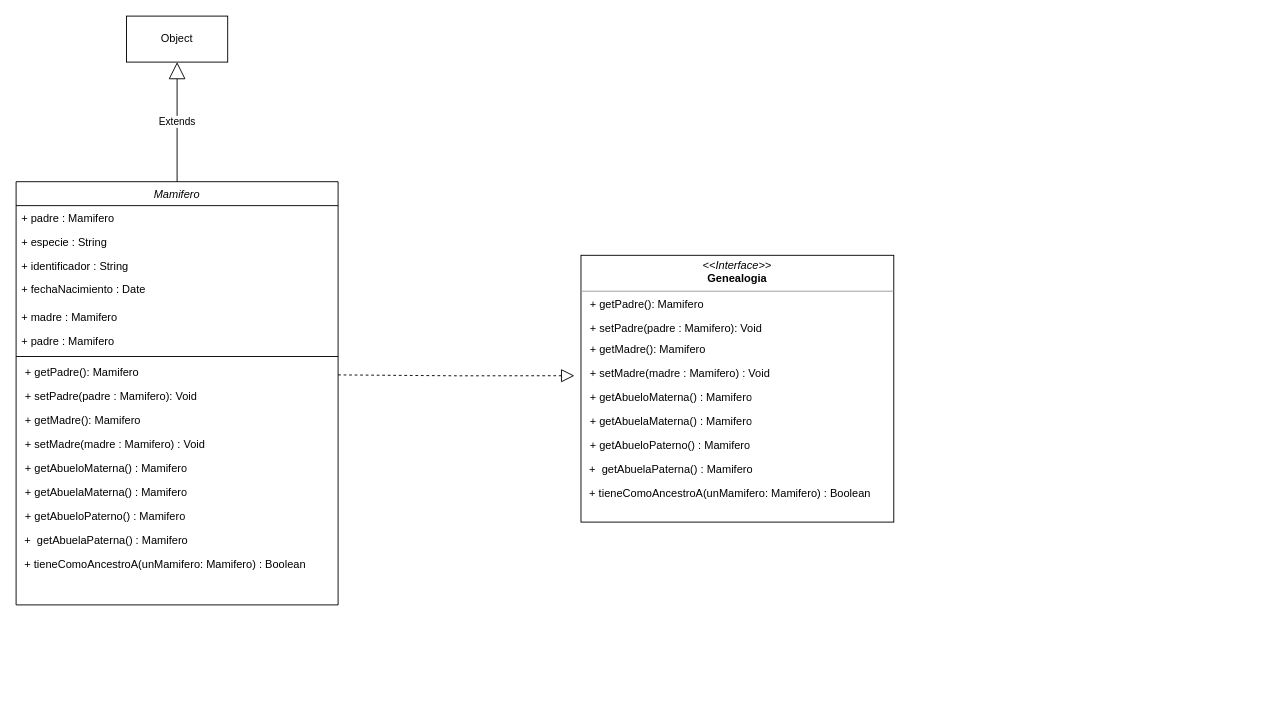
The draw.io diagram ejercicio5/Untitled Diagram.drawio in daniNKV/OO-unlp, before the edit. Source tidied: cells renumbered, new cells numbered last; positions are measured from the earlier drawing's top-left corner, leaving out a move shared by most shapes. Both pictures are drawn from the tidied source at 92%, with x=0, y=0 at pixel (16, 16).
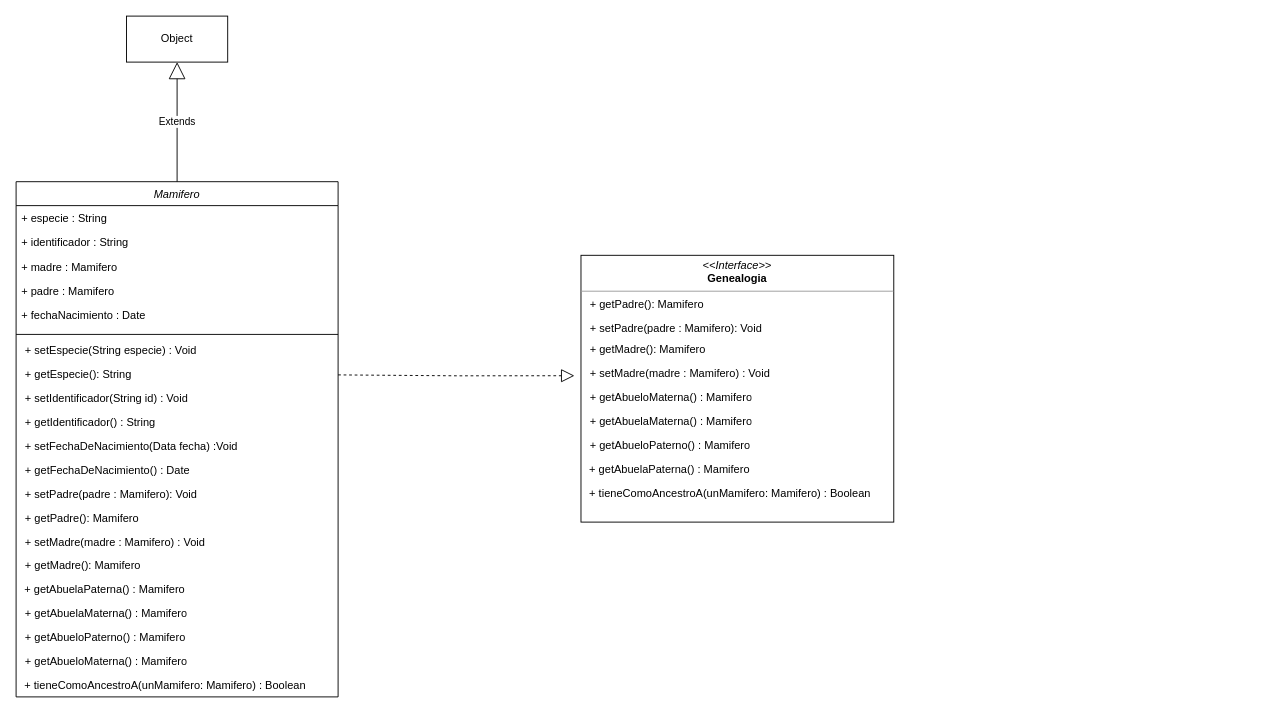
After the change.

Unchanged cells that the change refers to:
```xml
<mxCell id="19" style="group;" parent="1" vertex="1">
  <mxGeometry x="614" y="260" width="750" height="315" as="geometry" />
</mxCell>
```

The edit, as a diff of the source:
```diff
@@
     <mxCell id="2" value="Mamifero" style="swimlane;fontStyle=2;align=center;verticalAlign=top;horizontal=1;startSize=26;rounded=0;shadow=0;strokeWidth=1;" parent="1" vertex="1">
-      <mxGeometry y="180" width="350" height="460" as="geometry" />
+      <mxGeometry y="180" width="350" height="560" as="geometry" />
     </mxCell>
-    <mxCell id="3" value="+ padre : Mamifero" style="text;align=left;verticalAlign=top;spacingLeft=4;spacingRight=4;overflow=hidden;rounded=0;shadow=0;html=0;" parent="2" vertex="1">
-      <mxGeometry y="26" width="350" height="26" as="geometry" />
-    </mxCell>
     <mxCell id="4" value="+ especie : String" style="text;align=left;verticalAlign=top;spacingLeft=4;spacingRight=4;overflow=hidden;rounded=0;shadow=0;html=0;" parent="2" vertex="1">
-      <mxGeometry y="52" width="350" height="26" as="geometry" />
+      <mxGeometry y="26" width="350" height="26" as="geometry" />
     </mxCell>
     <mxCell id="5" value="+ identificador : String" style="text;align=left;verticalAlign=top;spacingLeft=4;spacingRight=4;overflow=hidden;" parent="2" vertex="1">
-      <mxGeometry y="78" width="350" height="26" as="geometry" />
+      <mxGeometry y="52" width="350" height="28" as="geometry" />
     </mxCell>
-    <mxCell id="6" value="+ fechaNacimiento : Date" style="text;align=left;verticalAlign=top;spacingLeft=4;spacingRight=4;overflow=hidden;" parent="2" vertex="1">
-      <mxGeometry y="104" width="350" height="30" as="geometry" />
-    </mxCell>
     <mxCell id="7" value="+ madre : Mamifero" style="text;align=left;verticalAlign=top;spacingLeft=4;spacingRight=4;overflow=hidden;rounded=0;shadow=0;html=0;" parent="2" vertex="1">
-      <mxGeometry y="134" width="350" height="26" as="geometry" />
+      <mxGeometry y="80" width="350" height="26" as="geometry" />
     </mxCell>
     <mxCell id="8" value="+ padre : Mamifero&#10;" style="text;align=left;verticalAlign=top;spacingLeft=4;spacingRight=4;overflow=hidden;rounded=0;shadow=0;html=0;" parent="2" vertex="1">
-      <mxGeometry y="160" width="350" height="26" as="geometry" />
+      <mxGeometry y="106" width="350" height="26" as="geometry" />
     </mxCell>
+    <mxCell id="6" value="+ fechaNacimiento : Date" style="text;align=left;verticalAlign=top;spacingLeft=4;spacingRight=4;overflow=hidden;" parent="2" vertex="1">
+      <mxGeometry y="132" width="350" height="30" as="geometry" />
+    </mxCell>
     <mxCell id="9" style="line;html=1;strokeWidth=1;align=left;verticalAlign=middle;spacingTop=-1;spacingLeft=3;spacingRight=3;labelPosition=right;" parent="2" vertex="1">
-      <mxGeometry y="186" width="350" height="8" as="geometry" />
+      <mxGeometry y="162" width="350" height="8" as="geometry" />
     </mxCell>
+    <mxCell id="34" value="&lt;p style=&quot;border-color: var(--border-color); margin: 0px 0px 0px 4px;&quot;&gt;+ setEspecie(String especie) : Void&lt;br style=&quot;border-color: var(--border-color);&quot;&gt;&lt;/p&gt;&lt;div&gt;&lt;br&gt;&lt;/div&gt;" style="text;strokeColor=none;fillColor=none;align=left;verticalAlign=top;spacingLeft=4;spacingRight=4;overflow=hidden;whiteSpace=wrap;html=1;" parent="2" vertex="1">
+      <mxGeometry y="170" width="350" height="26" as="geometry" />
+    </mxCell>
+    <mxCell id="35" value="&lt;p style=&quot;border-color: var(--border-color); margin: 0px 0px 0px 4px;&quot;&gt;+ getEspecie(): String&lt;br style=&quot;border-color: var(--border-color);&quot;&gt;&lt;/p&gt;&lt;div&gt;&lt;br&gt;&lt;/div&gt;" style="text;strokeColor=none;fillColor=none;align=left;verticalAlign=top;spacingLeft=4;spacingRight=4;overflow=hidden;whiteSpace=wrap;html=1;" parent="2" vertex="1">
+      <mxGeometry y="196" width="350" height="26" as="geometry" />
+    </mxCell>
+    <mxCell id="36" value="&lt;p style=&quot;border-color: var(--border-color); margin: 0px 0px 0px 4px;&quot;&gt;+ setIdentificador(String id) : Void&lt;br style=&quot;border-color: var(--border-color);&quot;&gt;&lt;/p&gt;&lt;div&gt;&lt;br&gt;&lt;/div&gt;" style="text;strokeColor=none;fillColor=none;align=left;verticalAlign=top;spacingLeft=4;spacingRight=4;overflow=hidden;whiteSpace=wrap;html=1;" parent="2" vertex="1">
+      <mxGeometry y="222" width="350" height="26" as="geometry" />
+    </mxCell>
+    <mxCell id="37" value="&lt;p style=&quot;border-color: var(--border-color); margin: 0px 0px 0px 4px;&quot;&gt;+ getIdentificador() : String&lt;br style=&quot;border-color: var(--border-color);&quot;&gt;&lt;/p&gt;&lt;div&gt;&lt;br&gt;&lt;/div&gt;" style="text;strokeColor=none;fillColor=none;align=left;verticalAlign=top;spacingLeft=4;spacingRight=4;overflow=hidden;whiteSpace=wrap;html=1;" parent="2" vertex="1">
+      <mxGeometry y="248" width="350" height="26" as="geometry" />
+    </mxCell>
+    <mxCell id="38" value="&lt;p style=&quot;border-color: var(--border-color); margin: 0px 0px 0px 4px;&quot;&gt;+ setFechaDeNacimiento(Data fecha) :Void&lt;br style=&quot;border-color: var(--border-color);&quot;&gt;&lt;/p&gt;&lt;div&gt;&lt;br&gt;&lt;/div&gt;" style="text;strokeColor=none;fillColor=none;align=left;verticalAlign=top;spacingLeft=4;spacingRight=4;overflow=hidden;whiteSpace=wrap;html=1;" parent="2" vertex="1">
+      <mxGeometry y="274" width="350" height="26" as="geometry" />
+    </mxCell>
+    <mxCell id="39" value="&lt;p style=&quot;border-color: var(--border-color); margin: 0px 0px 0px 4px;&quot;&gt;+ getFechaDeNacimiento() : Date&lt;br style=&quot;border-color: var(--border-color);&quot;&gt;&lt;/p&gt;&lt;div&gt;&lt;br&gt;&lt;/div&gt;" style="text;strokeColor=none;fillColor=none;align=left;verticalAlign=top;spacingLeft=4;spacingRight=4;overflow=hidden;whiteSpace=wrap;html=1;" parent="2" vertex="1">
+      <mxGeometry y="300" width="350" height="26" as="geometry" />
+    </mxCell>
+    <mxCell id="11" value="&lt;p style=&quot;border-color: var(--border-color); margin: 0px 0px 0px 4px;&quot;&gt;+ setPadre(padre : Mamifero): Void&lt;/p&gt;" style="text;strokeColor=none;fillColor=none;align=left;verticalAlign=top;spacingLeft=4;spacingRight=4;overflow=hidden;whiteSpace=wrap;html=1;" parent="2" vertex="1">
+      <mxGeometry y="326" width="350" height="26" as="geometry" />
+    </mxCell>
     <mxCell id="10" value="&lt;p style=&quot;border-color: var(--border-color); margin: 0px 0px 0px 4px;&quot;&gt;+ getPadre(): Mamifero&lt;br style=&quot;border-color: var(--border-color);&quot;&gt;&lt;/p&gt;&lt;div&gt;&lt;br&gt;&lt;/div&gt;" style="text;strokeColor=none;fillColor=none;align=left;verticalAlign=top;spacingLeft=4;spacingRight=4;overflow=hidden;whiteSpace=wrap;html=1;" parent="2" vertex="1">
-      <mxGeometry y="194" width="350" height="26" as="geometry" />
+      <mxGeometry y="352" width="350" height="26" as="geometry" />
     </mxCell>
-    <mxCell id="11" value="&lt;p style=&quot;border-color: var(--border-color); margin: 0px 0px 0px 4px;&quot;&gt;+ setPadre(padre : Mamifero): Void&lt;/p&gt;" style="text;strokeColor=none;fillColor=none;align=left;verticalAlign=top;spacingLeft=4;spacingRight=4;overflow=hidden;whiteSpace=wrap;html=1;" parent="2" vertex="1">
-      <mxGeometry y="220" width="350" height="26" as="geometry" />
-    </mxCell>
+    <mxCell id="13" value="&lt;p style=&quot;border-color: var(--border-color); margin: 0px 0px 0px 4px;&quot;&gt;+ setMadre(madre : Mamifero) : Void&lt;/p&gt;&lt;div&gt;&lt;br&gt;&lt;/div&gt;" style="text;strokeColor=none;fillColor=none;align=left;verticalAlign=top;spacingLeft=4;spacingRight=4;overflow=hidden;whiteSpace=wrap;html=1;" parent="2" vertex="1">
+      <mxGeometry y="378" width="350" height="26" as="geometry" />
+    </mxCell>
     <mxCell id="12" value="&lt;p style=&quot;border-color: var(--border-color); margin: 0px 0px 0px 4px;&quot;&gt;+ getMadre(): Mamifero&lt;/p&gt;" style="text;strokeColor=none;fillColor=none;align=left;verticalAlign=top;spacingLeft=4;spacingRight=4;overflow=hidden;whiteSpace=wrap;html=1;" parent="2" vertex="1">
-      <mxGeometry y="246" width="350" height="26" as="geometry" />
+      <mxGeometry y="404" width="350" height="26" as="geometry" />
     </mxCell>
-    <mxCell id="13" value="&lt;p style=&quot;border-color: var(--border-color); margin: 0px 0px 0px 4px;&quot;&gt;+ setMadre(madre : Mamifero) : Void&lt;/p&gt;&lt;div&gt;&lt;br&gt;&lt;/div&gt;" style="text;strokeColor=none;fillColor=none;align=left;verticalAlign=top;spacingLeft=4;spacingRight=4;overflow=hidden;whiteSpace=wrap;html=1;" parent="2" vertex="1">
-      <mxGeometry y="272" width="350" height="26" as="geometry" />
-    </mxCell>
-    <mxCell id="14" value="&lt;p style=&quot;border-color: var(--border-color); margin: 0px 0px 0px 4px;&quot;&gt;+ getAbueloMaterna() : Mamifero&lt;br style=&quot;border-color: var(--border-color);&quot;&gt;&lt;/p&gt;&lt;div&gt;&lt;br&gt;&lt;/div&gt;" style="text;strokeColor=none;fillColor=none;align=left;verticalAlign=top;spacingLeft=4;spacingRight=4;overflow=hidden;whiteSpace=wrap;html=1;" parent="2" vertex="1">
-      <mxGeometry y="298" width="350" height="26" as="geometry" />
-    </mxCell>
+    <mxCell id="17" value="&amp;nbsp;+ getAbuelaPaterna() : Mamifero" style="text;strokeColor=none;fillColor=none;align=left;verticalAlign=top;spacingLeft=4;spacingRight=4;overflow=hidden;whiteSpace=wrap;html=1;" parent="2" vertex="1">
+      <mxGeometry y="430" width="350" height="26" as="geometry" />
+    </mxCell>
     <mxCell id="15" value="&lt;p style=&quot;border-color: var(--border-color); margin: 0px 0px 0px 4px;&quot;&gt;+ getAbuelaMaterna() : Mamifero&lt;br style=&quot;border-color: var(--border-color);&quot;&gt;&lt;/p&gt;&lt;div&gt;&lt;br&gt;&lt;/div&gt;" style="text;strokeColor=none;fillColor=none;align=left;verticalAlign=top;spacingLeft=4;spacingRight=4;overflow=hidden;whiteSpace=wrap;html=1;" parent="2" vertex="1">
-      <mxGeometry y="324" width="350" height="26" as="geometry" />
+      <mxGeometry y="456" width="350" height="26" as="geometry" />
     </mxCell>
     <mxCell id="16" value="&lt;p style=&quot;border-color: var(--border-color); margin: 0px 0px 0px 4px;&quot;&gt;+ getAbueloPaterno() : Mamifero&lt;/p&gt;&lt;div&gt;&lt;br&gt;&lt;/div&gt;" style="text;strokeColor=none;fillColor=none;align=left;verticalAlign=top;spacingLeft=4;spacingRight=4;overflow=hidden;whiteSpace=wrap;html=1;" parent="2" vertex="1">
-      <mxGeometry y="350" width="350" height="26" as="geometry" />
+      <mxGeometry y="482" width="350" height="26" as="geometry" />
     </mxCell>
-    <mxCell id="17" value="&amp;nbsp;+ &amp;nbsp;getAbuelaPaterna() : Mamifero" style="text;strokeColor=none;fillColor=none;align=left;verticalAlign=top;spacingLeft=4;spacingRight=4;overflow=hidden;whiteSpace=wrap;html=1;" parent="2" vertex="1">
-      <mxGeometry y="376" width="350" height="26" as="geometry" />
-    </mxCell>
+    <mxCell id="14" value="&lt;p style=&quot;border-color: var(--border-color); margin: 0px 0px 0px 4px;&quot;&gt;+ getAbueloMaterna() : Mamifero&lt;br style=&quot;border-color: var(--border-color);&quot;&gt;&lt;/p&gt;&lt;div&gt;&lt;br&gt;&lt;/div&gt;" style="text;strokeColor=none;fillColor=none;align=left;verticalAlign=top;spacingLeft=4;spacingRight=4;overflow=hidden;whiteSpace=wrap;html=1;" parent="2" vertex="1">
+      <mxGeometry y="508" width="350" height="26" as="geometry" />
+    </mxCell>
     <mxCell id="18" value="&amp;nbsp;+ tieneComoAncestroA(unMamifero: Mamifero) : Boolean" style="text;strokeColor=none;fillColor=none;align=left;verticalAlign=top;spacingLeft=4;spacingRight=4;overflow=hidden;whiteSpace=wrap;html=1;" parent="2" vertex="1">
-      <mxGeometry y="402" width="350" height="26" as="geometry" />
+      <mxGeometry y="534" width="350" height="26" as="geometry" />
     </mxCell>
@@
-    <mxCell id="23" value="&amp;nbsp;+ &amp;nbsp;getAbuelaPaterna() : Mamifero" style="text;strokeColor=none;fillColor=none;align=left;verticalAlign=top;spacingLeft=4;spacingRight=4;overflow=hidden;whiteSpace=wrap;html=1;" parent="19" vertex="1">
+    <mxCell id="23" value="&amp;nbsp;+ getAbuelaPaterna() : Mamifero" style="text;strokeColor=none;fillColor=none;align=left;verticalAlign=top;spacingLeft=4;spacingRight=4;overflow=hidden;whiteSpace=wrap;html=1;" parent="19" vertex="1">
       <mxGeometry y="219" width="210" height="26" as="geometry" />
     </mxCell>
```
